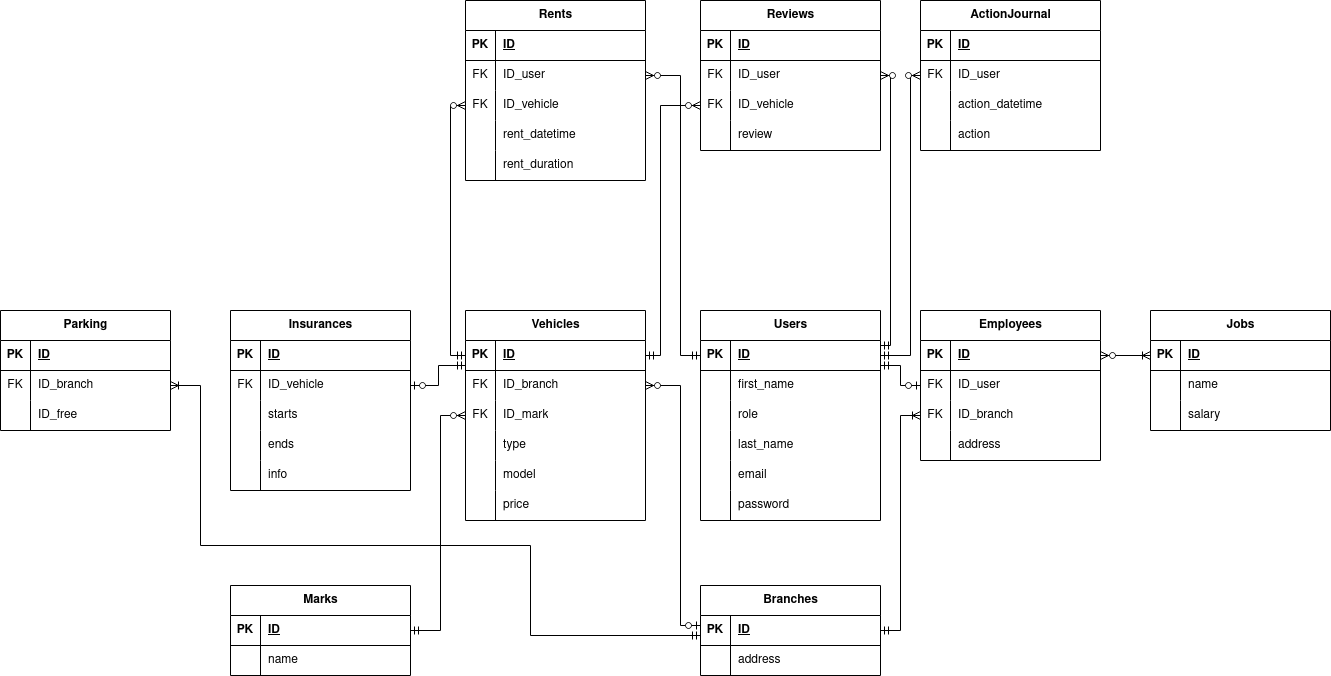
Before: Entities.png, a diagram exported from draw.io (Ma3yTuK/CarRentDB). Source tidied: cells renumbered, new cells last; positions are measured from the earlier drawing's top-left corner, leaving out a move shared by most shapes.
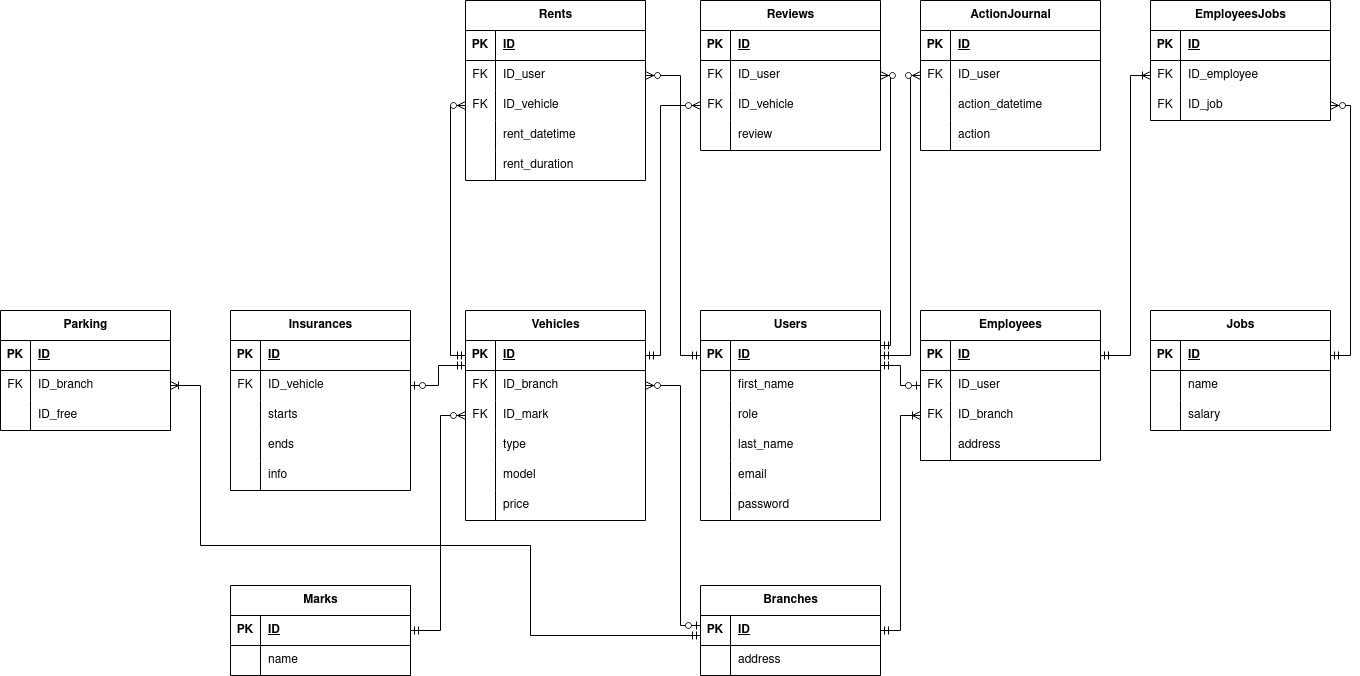
The same diagram one commit later.

What changed in the source:
```diff
@@ -347,9 +347,6 @@
     <mxCell id="111" value="salary" style="shape=partialRectangle;fillColor=none;top=0;left=0;bottom=0;right=0;align=left;spacingLeft=6;overflow=hidden;whiteSpace=wrap;html=1;" parent="109" vertex="1">
       <mxGeometry x="30" width="150" height="30" as="geometry" />
     </mxCell>
-    <mxCell id="112" style="edgeStyle=entityRelationEdgeStyle;fontSize=12;html=1;endArrow=ERoneToMany;startArrow=ERzeroToMany;rounded=0;" parent="1" edge="1" source="3" target="103">
-      <mxGeometry relative="1" as="geometry" />
-    </mxCell>
     <mxCell id="113" value="Insurances" style="shape=table;startSize=30;rowLines=0;fontStyle=1;align=center;html=1;" parent="1" vertex="1">
       <mxGeometry x="230" y="310" width="180" height="180" as="geometry" />
     </mxCell>
@@ -524,5 +521,51 @@
         </Array>
       </mxGeometry>
     </mxCell>
+    <mxCell id="157" value="EmployeesJobs" style="shape=table;startSize=30;rowLines=0;fontStyle=1;align=center;html=1;" parent="1" vertex="1">
+      <mxGeometry x="1150" width="180" height="120" as="geometry" />
+    </mxCell>
+    <mxCell id="158" style="shape=tableRow;horizontal=0;startSize=0;swimlaneHead=0;swimlaneBody=0;fillColor=none;top=0;left=0;right=0;bottom=1;" parent="157" vertex="1">
+      <mxGeometry y="30" width="180" height="30" as="geometry" />
+    </mxCell>
+    <mxCell id="159" value="PK" style="shape=partialRectangle;fillColor=none;top=0;left=0;bottom=0;right=0;fontStyle=1;overflow=hidden;whiteSpace=wrap;html=1;" parent="158" vertex="1">
+      <mxGeometry width="30" height="30" as="geometry" />
+    </mxCell>
+    <mxCell id="160" value="ID" style="shape=partialRectangle;fillColor=none;top=0;left=0;bottom=0;right=0;align=left;spacingLeft=6;fontStyle=5;overflow=hidden;whiteSpace=wrap;html=1;" parent="158" vertex="1">
+      <mxGeometry x="30" width="150" height="30" as="geometry" />
+    </mxCell>
+    <mxCell id="161" style="shape=tableRow;horizontal=0;startSize=0;swimlaneHead=0;swimlaneBody=0;fillColor=none;points=[[0,0.5],[1,0.5]];portConstraint=eastwest;top=0;left=0;right=0;bottom=0;" parent="157" vertex="1">
+      <mxGeometry y="60" width="180" height="30" as="geometry" />
+    </mxCell>
+    <mxCell id="162" value="FK" style="shape=partialRectangle;fillColor=none;top=0;left=0;bottom=0;right=0;overflow=hidden;whiteSpace=wrap;html=1;" parent="161" vertex="1">
+      <mxGeometry width="30" height="30" as="geometry" />
+    </mxCell>
+    <mxCell id="163" value="ID_employee" style="shape=partialRectangle;fillColor=none;top=0;left=0;bottom=0;right=0;align=left;spacingLeft=6;overflow=hidden;whiteSpace=wrap;html=1;" parent="161" vertex="1">
+      <mxGeometry x="30" width="150" height="30" as="geometry" />
+    </mxCell>
+    <mxCell id="164" style="shape=tableRow;horizontal=0;startSize=0;swimlaneHead=0;swimlaneBody=0;fillColor=none;points=[[0,0.5],[1,0.5]];portConstraint=eastwest;top=0;left=0;right=0;bottom=0;" parent="157" vertex="1">
+      <mxGeometry y="90" width="180" height="30" as="geometry" />
+    </mxCell>
+    <mxCell id="165" value="FK" style="shape=partialRectangle;fillColor=none;top=0;left=0;bottom=0;right=0;overflow=hidden;whiteSpace=wrap;html=1;" parent="164" vertex="1">
+      <mxGeometry width="30" height="30" as="geometry" />
+    </mxCell>
+    <mxCell id="166" value="ID_job" style="shape=partialRectangle;fillColor=none;top=0;left=0;bottom=0;right=0;align=left;spacingLeft=6;overflow=hidden;whiteSpace=wrap;html=1;" parent="164" vertex="1">
+      <mxGeometry x="30" width="150" height="30" as="geometry" />
+    </mxCell>
+    <mxCell id="167" style="edgeStyle=orthogonalEdgeStyle;fontSize=12;html=1;endArrow=ERoneToMany;startArrow=ERmandOne;rounded=0;" parent="1" edge="1" source="3" target="161">
+      <mxGeometry relative="1" as="geometry">
+        <Array as="points">
+          <mxPoint x="1130" y="355" />
+          <mxPoint x="1130" y="75" />
+        </Array>
+      </mxGeometry>
+    </mxCell>
+    <mxCell id="168" style="fontSize=12;html=1;endArrow=ERzeroToMany;startArrow=ERmandOne;rounded=0;edgeStyle=orthogonalEdgeStyle;" parent="1" edge="1" source="103" target="164">
+      <mxGeometry relative="1" as="geometry">
+        <Array as="points">
+          <mxPoint x="1350" y="355" />
+          <mxPoint x="1350" y="105" />
+        </Array>
+      </mxGeometry>
+    </mxCell>
   </root>
 </mxGraphModel>
```
